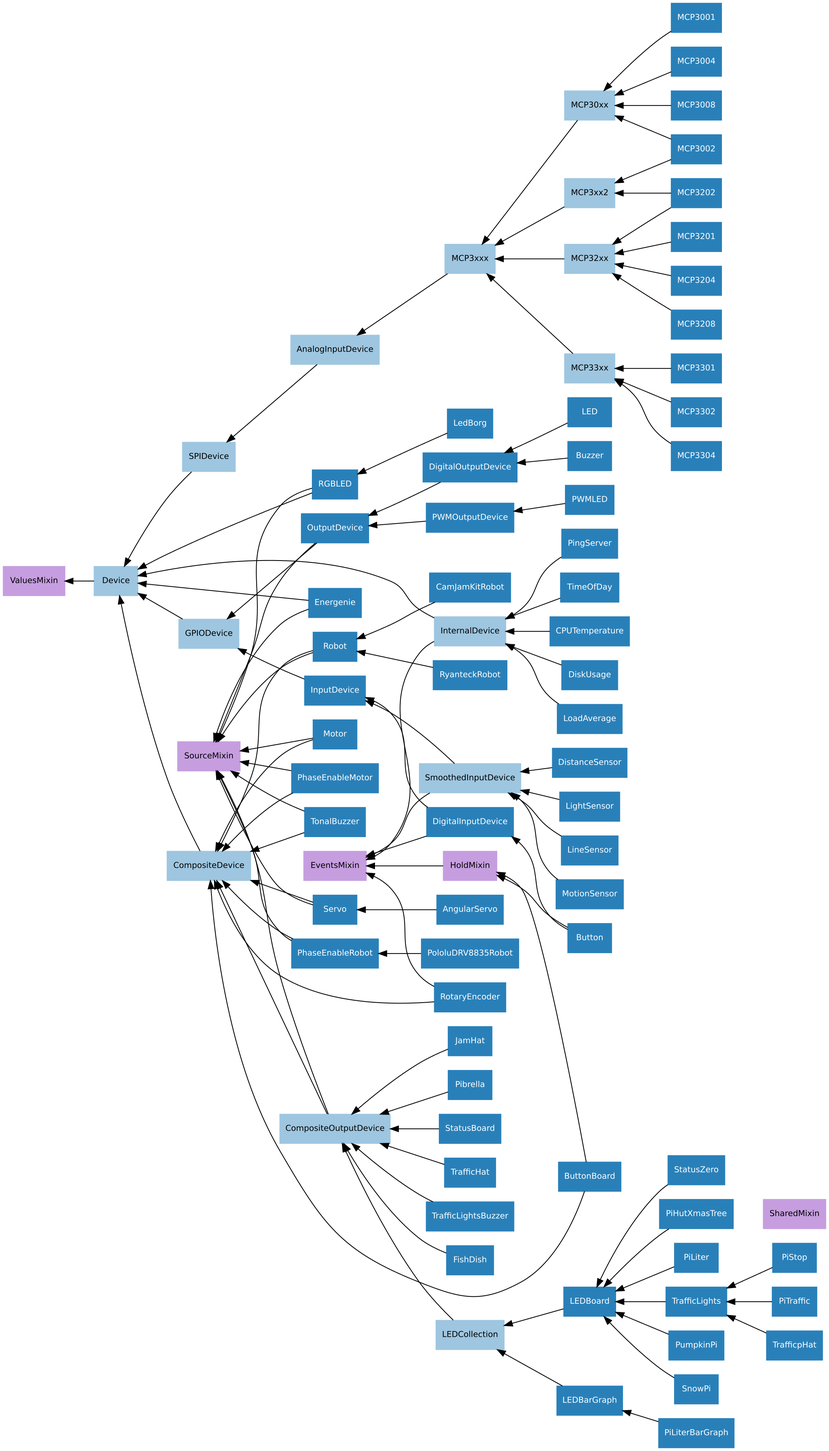
Before: docs/images/device_hierarchy.png, a diagram exported from Graphviz (gpiozero/gpiozero). Its source is kept beside it as docs/images/device_hierarchy.dot.
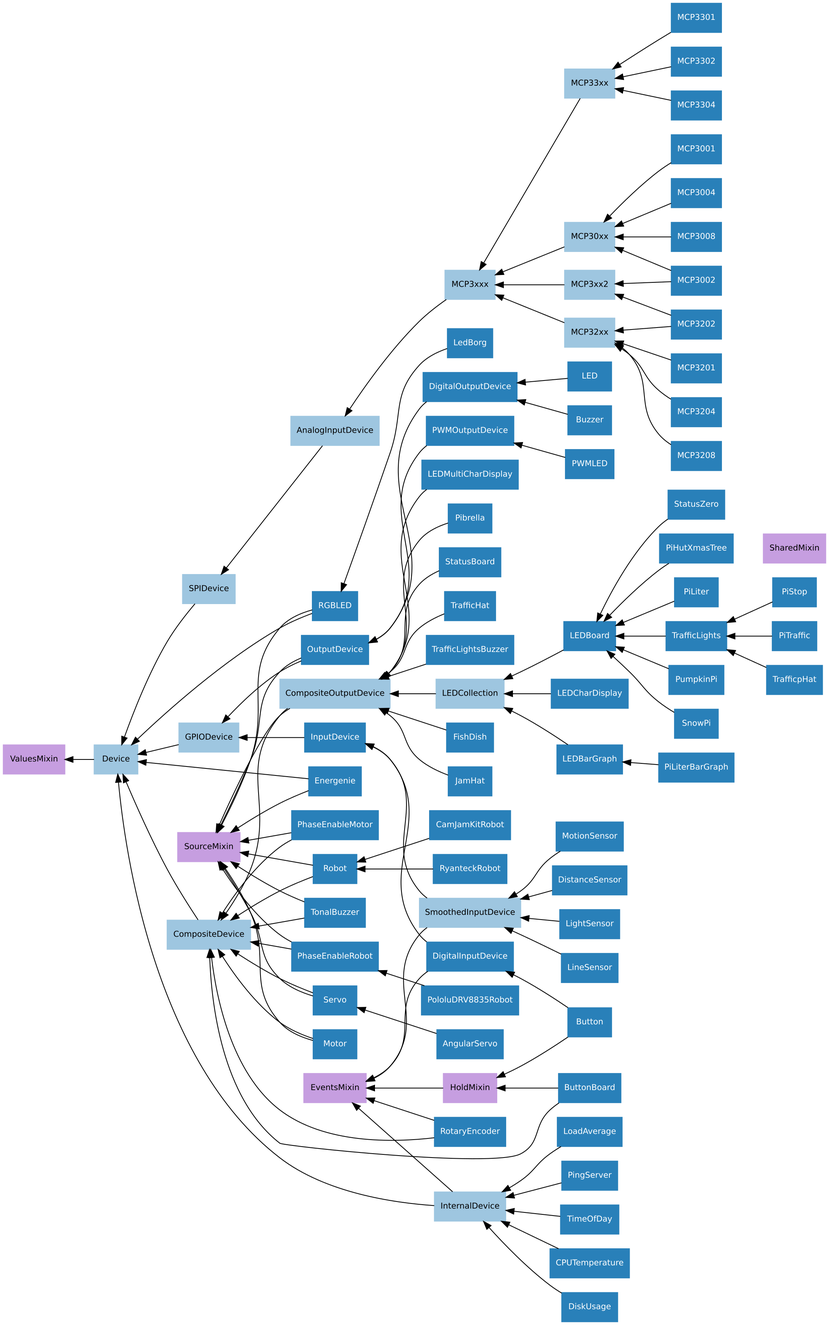
The same diagram one commit later.

What changed in the source:
```diff
@@ -63,7 +63,9 @@
     LED->DigitalOutputDevice;
     LEDBarGraph->LEDCollection;
     LEDBoard->LEDCollection;
+    LEDCharDisplay->LEDCollection;
     LEDCollection->CompositeOutputDevice;
+    LEDMultiCharDisplay->CompositeOutputDevice;
     LedBorg->RGBLED;
     LightSensor->SmoothedInputDevice;
     LineSensor->SmoothedInputDevice;
```
